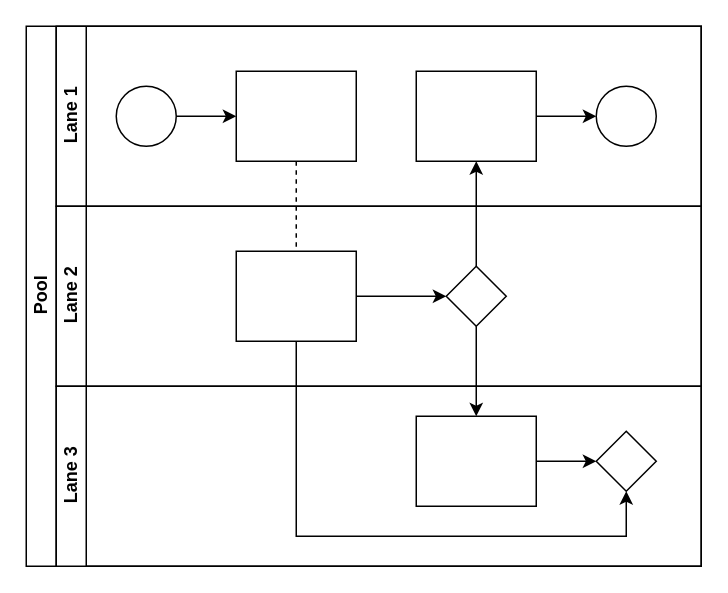
Before: Diagrama sin título.drawio in ed5on/draw, a draw.io diagram. Source tidied: cells renumbered, new cells numbered last; positions are measured from the earlier drawing's top-left corner, leaving out a move shared by most shapes. Both pictures are drawn from the tidied source at 150%, with x=0, y=0 at pixel (26, 26).
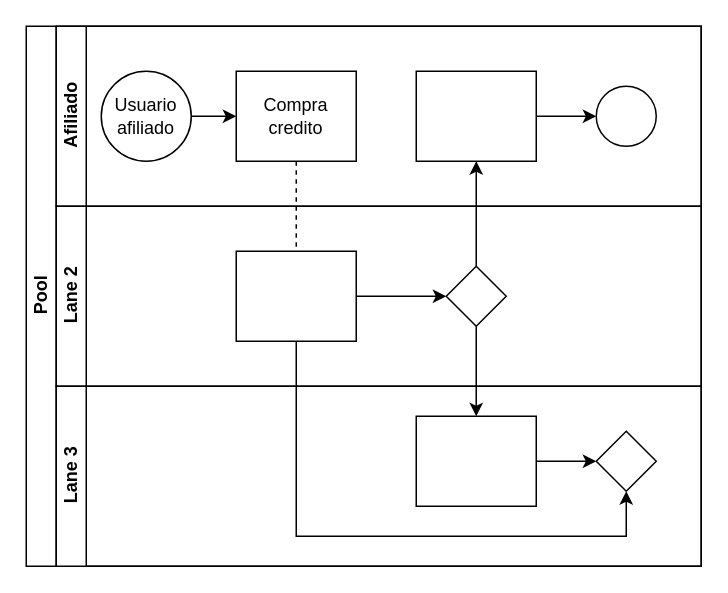
Above is the later version.

Unchanged cells that the change refers to:
```xml
<mxCell id="2" value="Pool" style="swimlane;html=1;horizontal=0;startSize=20;" parent="1" vertex="1">
  <mxGeometry width="450" height="360" as="geometry" />
</mxCell>
```

Diff of the diagram source:
```diff
@@
-    <mxCell id="7" value="Lane 1" style="swimlane;html=1;startSize=20;horizontal=0;" parent="2" vertex="1">
+    <mxCell id="7" value="Afiliado" style="swimlane;html=1;startSize=20;horizontal=0;" parent="2" vertex="1">
       <mxGeometry x="20" width="430" height="120" as="geometry" />
     </mxCell>
@@
-    <mxCell id="9" style="ellipse;whiteSpace=wrap;html=1;" parent="7" vertex="1">
-      <mxGeometry x="40" y="40" width="40" height="40" as="geometry" />
+    <mxCell id="9" value="Usuario afiliado" style="ellipse;whiteSpace=wrap;html=1;" parent="7" vertex="1">
+      <mxGeometry x="30" y="30" width="60" height="60" as="geometry" />
     </mxCell>
-    <mxCell id="10" style="rounded=0;whiteSpace=wrap;html=1;fontFamily=Helvetica;fontSize=12;fontColor=#000000;align=center;" parent="7" vertex="1">
+    <mxCell id="10" value="Compra credito" style="rounded=0;whiteSpace=wrap;html=1;fontFamily=Helvetica;fontSize=12;fontColor=#000000;align=center;" parent="7" vertex="1">
       <mxGeometry x="120" y="30" width="80" height="60" as="geometry" />
     </mxCell>
```
